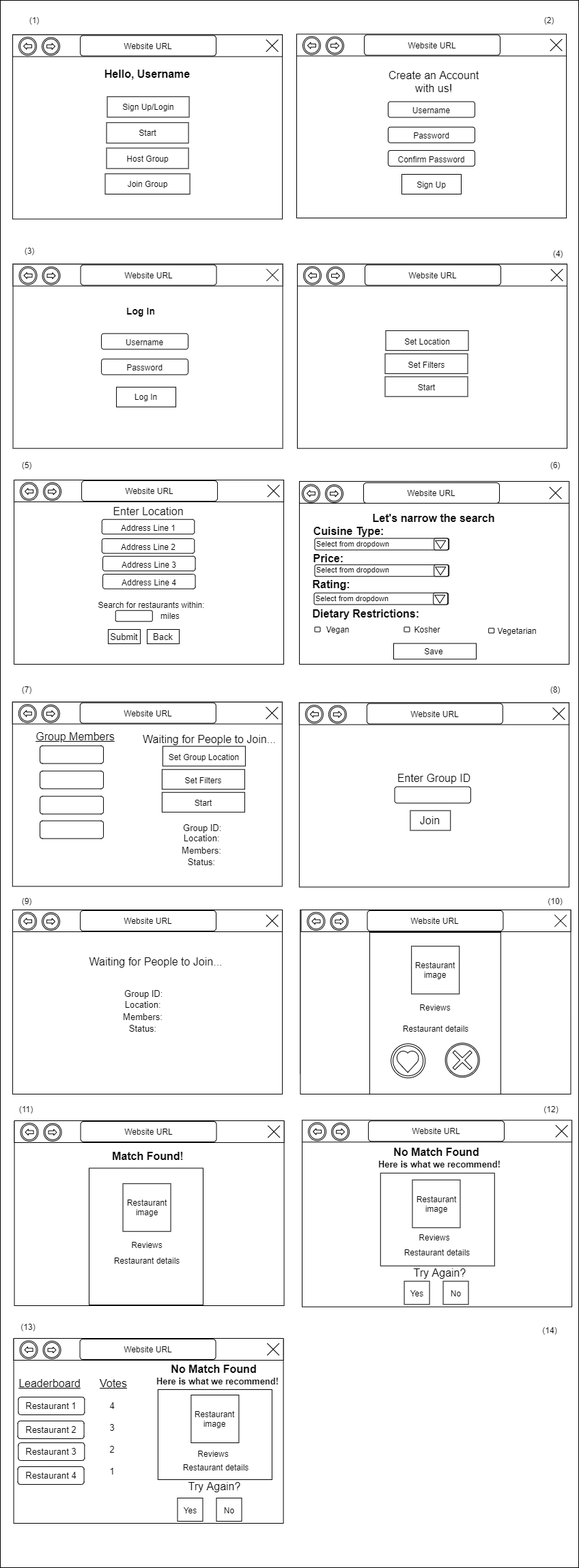
Before: docs/assets/iteration4_wireframe.png, a diagram exported from draw.io (cs421sp21-homework/project-g13). Source tidied: cells renumbered, new cells last; positions are measured from the earlier drawing's top-left corner, leaving out a move shared by most shapes.
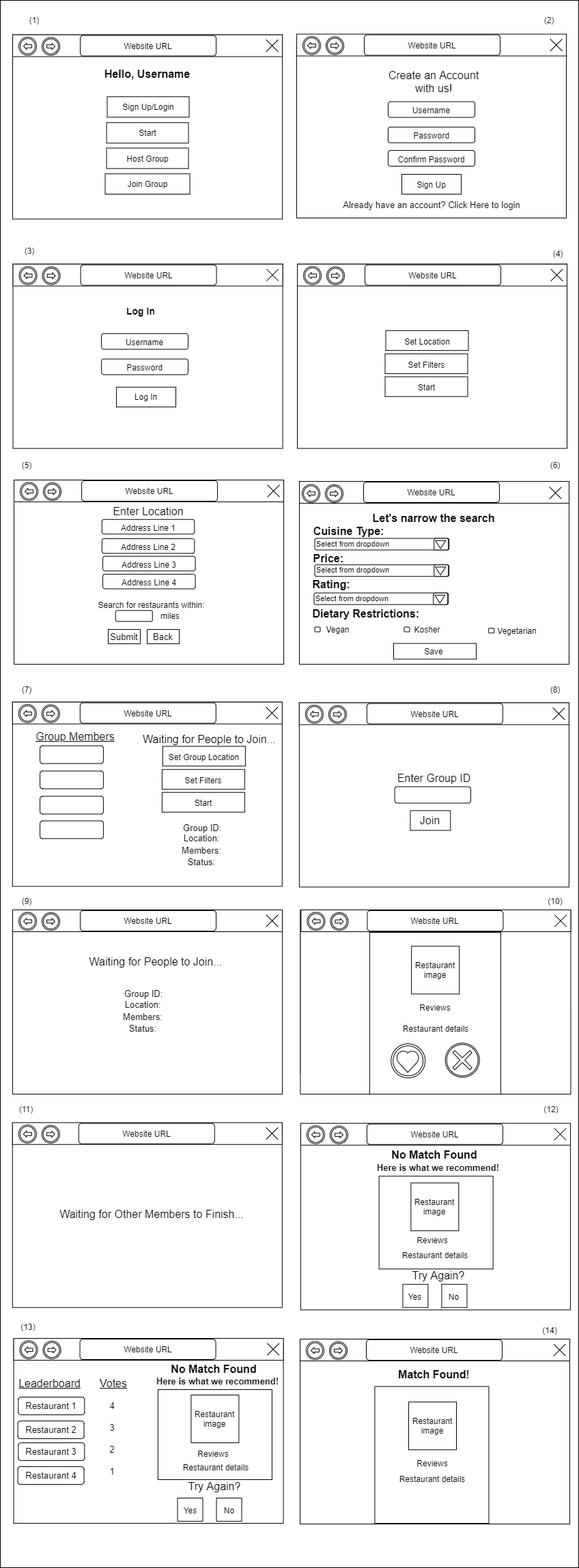
Above is the later version.

Commit message:
added a waiting screen for fast swipers

Change to the diagram source:
```diff
@@ -15,13 +15,13 @@
       <mxGeometry x="439.4" y="1333" width="396" height="270" as="geometry" />
     </mxCell>
     <mxCell id="6" style="rounded=0;whiteSpace=wrap;html=1;" parent="1" vertex="1">
-      <mxGeometry x="148.6" y="1643" width="160" height="240" as="geometry" />
+      <mxGeometry x="567" y="1963" width="160" height="240" as="geometry" />
     </mxCell>
     <mxCell id="7" style="rounded=0;whiteSpace=wrap;html=1;" parent="1" vertex="1">
-      <mxGeometry x="20.6" y="1643" width="395" height="270" as="geometry" />
+      <mxGeometry x="439" y="1963" width="395" height="270" as="geometry" />
     </mxCell>
     <mxCell id="8" value="&lt;font style=&quot;font-size: 16px&quot;&gt;Match Found!&lt;/font&gt;" style="text;html=1;strokeColor=none;fillColor=none;align=center;verticalAlign=middle;whiteSpace=wrap;rounded=0;fontStyle=1;" parent="1" vertex="1">
-      <mxGeometry x="162.4" y="1683.5" width="108.5" height="20" as="geometry" />
+      <mxGeometry x="580.9" y="2003.5" width="108.5" height="20" as="geometry" />
     </mxCell>
     <mxCell id="9" value="(1)" style="text;html=1;strokeColor=none;fillColor=none;align=center;verticalAlign=middle;whiteSpace=wrap;rounded=0;" parent="1" vertex="1">
       <mxGeometry x="30.1" y="19" width="40" height="20" as="geometry" />
@@ -63,19 +63,19 @@
       <mxGeometry x="483.4" y="1337" width="26" height="26" as="geometry" />
     </mxCell>
     <mxCell id="22" style="rounded=0;whiteSpace=wrap;html=1;" parent="1" vertex="1">
-      <mxGeometry x="20.6" y="1642" width="395" height="32" as="geometry" />
+      <mxGeometry x="439" y="1962" width="395" height="32" as="geometry" />
     </mxCell>
     <mxCell id="23" value="Website URL" style="rounded=1;whiteSpace=wrap;html=1;" parent="1" vertex="1">
-      <mxGeometry x="117.6" y="1643" width="199" height="30" as="geometry" />
+      <mxGeometry x="536" y="1963" width="199" height="30" as="geometry" />
     </mxCell>
     <mxCell id="24" style="shape=cross;whiteSpace=wrap;html=1;rotation=45;size=0;" parent="1" vertex="1">
-      <mxGeometry x="388.1" y="1645.5" width="25" height="25" as="geometry" />
+      <mxGeometry x="806.6" y="1965.5" width="25" height="25" as="geometry" />
     </mxCell>
     <mxCell id="25" style="shape=mxgraph.bpmn.shape;html=1;verticalLabelPosition=bottom;labelBackgroundColor=#ffffff;verticalAlign=top;align=center;perimeter=ellipsePerimeter;outline=catching;symbol=link;rotation=-180;" parent="1" vertex="1">
-      <mxGeometry x="29.6" y="1645.5" width="26" height="26.5" as="geometry" />
+      <mxGeometry x="448" y="1965.5" width="26" height="26.5" as="geometry" />
     </mxCell>
     <mxCell id="26" style="shape=mxgraph.bpmn.shape;html=1;verticalLabelPosition=bottom;labelBackgroundColor=#ffffff;verticalAlign=top;align=center;perimeter=ellipsePerimeter;outline=catching;symbol=link;" parent="1" vertex="1">
-      <mxGeometry x="63.6" y="1646" width="26" height="26" as="geometry" />
+      <mxGeometry x="482" y="1966" width="26" height="26" as="geometry" />
     </mxCell>
     <mxCell id="27" style="rounded=0;whiteSpace=wrap;html=1;" parent="1" vertex="1">
       <mxGeometry x="434" y="50.5" width="395" height="268.5" as="geometry" />
@@ -183,37 +183,37 @@
       <mxGeometry x="58.1" y="1202.5" width="93" height="26" as="geometry" />
     </mxCell>
     <mxCell id="62" style="rounded=0;whiteSpace=wrap;html=1;" parent="1" vertex="1">
-      <mxGeometry x="570.1" y="1642.2" width="160" height="240" as="geometry" />
+      <mxGeometry x="567.9" y="1646.8" width="160" height="240" as="geometry" />
     </mxCell>
     <mxCell id="63" style="rounded=0;whiteSpace=wrap;html=1;" parent="1" vertex="1">
-      <mxGeometry x="442.1" y="1642.2" width="395" height="272.5" as="geometry" />
+      <mxGeometry x="439.9" y="1646.8" width="395" height="272.5" as="geometry" />
     </mxCell>
     <mxCell id="64" value="&lt;font style=&quot;font-size: 16px&quot;&gt;No Match Found&lt;/font&gt;" style="text;html=1;strokeColor=none;fillColor=none;align=center;verticalAlign=middle;whiteSpace=wrap;rounded=0;fontStyle=1;" parent="1" vertex="1">
-      <mxGeometry x="574.5" y="1677.8" width="128.1" height="20" as="geometry" />
+      <mxGeometry x="572.4" y="1682.2" width="128.1" height="20" as="geometry" />
     </mxCell>
     <mxCell id="65" style="rounded=0;whiteSpace=wrap;html=1;" parent="1" vertex="1">
-      <mxGeometry x="442.1" y="1641.2" width="395" height="32" as="geometry" />
+      <mxGeometry x="439.9" y="1645.8" width="395" height="32" as="geometry" />
     </mxCell>
     <mxCell id="66" value="Website URL" style="rounded=1;whiteSpace=wrap;html=1;" parent="1" vertex="1">
-      <mxGeometry x="539.1" y="1642.2" width="199" height="30" as="geometry" />
+      <mxGeometry x="536.9" y="1646.8" width="199" height="30" as="geometry" />
     </mxCell>
     <mxCell id="67" style="shape=cross;whiteSpace=wrap;html=1;rotation=45;size=0;" parent="1" vertex="1">
-      <mxGeometry x="809.6" y="1644.8" width="25" height="25" as="geometry" />
+      <mxGeometry x="807.5" y="1649.2" width="25" height="25" as="geometry" />
     </mxCell>
     <mxCell id="68" style="shape=mxgraph.bpmn.shape;html=1;verticalLabelPosition=bottom;labelBackgroundColor=#ffffff;verticalAlign=top;align=center;perimeter=ellipsePerimeter;outline=catching;symbol=link;rotation=-180;" parent="1" vertex="1">
-      <mxGeometry x="451.1" y="1644.8" width="26" height="26.5" as="geometry" />
+      <mxGeometry x="448.9" y="1649.2" width="26" height="26.5" as="geometry" />
     </mxCell>
     <mxCell id="69" style="shape=mxgraph.bpmn.shape;html=1;verticalLabelPosition=bottom;labelBackgroundColor=#ffffff;verticalAlign=top;align=center;perimeter=ellipsePerimeter;outline=catching;symbol=link;" parent="1" vertex="1">
-      <mxGeometry x="485.1" y="1645.2" width="26" height="26" as="geometry" />
+      <mxGeometry x="482.9" y="1649.8" width="26" height="26" as="geometry" />
     </mxCell>
     <mxCell id="70" value="Try Again?" style="text;html=1;strokeColor=none;fillColor=none;align=center;verticalAlign=middle;whiteSpace=wrap;rounded=0;fontSize=16;" parent="1" vertex="1">
-      <mxGeometry x="600.1" y="1854.8" width="88" height="20" as="geometry" />
+      <mxGeometry x="597.9" y="1859.2" width="88" height="20" as="geometry" />
     </mxCell>
     <mxCell id="71" value="&lt;font style=&quot;font-size: 12px&quot;&gt;Yes&lt;/font&gt;" style="rounded=0;whiteSpace=wrap;html=1;fontSize=16;align=center;" parent="1" vertex="1">
-      <mxGeometry x="591.6" y="1877.2" width="37" height="34" as="geometry" />
+      <mxGeometry x="589.4" y="1881.8" width="37" height="34" as="geometry" />
     </mxCell>
     <mxCell id="72" value="&lt;font style=&quot;font-size: 12px&quot;&gt;No&lt;/font&gt;" style="rounded=0;whiteSpace=wrap;html=1;fontSize=16;align=center;" parent="1" vertex="1">
-      <mxGeometry x="648.6" y="1877.2" width="37" height="34" as="geometry" />
+      <mxGeometry x="646.4" y="1881.8" width="37" height="34" as="geometry" />
     </mxCell>
     <mxCell id="73" value="&lt;font style=&quot;font-size: 12px&quot;&gt;Set Group Location&lt;/font&gt;" style="rounded=0;whiteSpace=wrap;html=1;fontSize=16;align=center;" parent="1" vertex="1">
       <mxGeometry x="237.9" y="1093.2" width="121" height="29" as="geometry" />
@@ -279,7 +279,7 @@
       <mxGeometry x="786.6" y="1614.5" width="40" height="20" as="geometry" />
     </mxCell>
     <mxCell id="94" value="Here is what we recommend!" style="text;html=1;strokeColor=none;fillColor=none;align=center;verticalAlign=middle;whiteSpace=wrap;rounded=0;fontSize=13;fontStyle=1;" parent="1" vertex="1">
-      <mxGeometry x="548.4" y="1696.2" width="191.3" height="20" as="geometry" />
+      <mxGeometry x="546.3" y="1700.8" width="191.3" height="20" as="geometry" />
     </mxCell>
     <mxCell id="95" style="rounded=0;whiteSpace=wrap;html=1;" parent="1" vertex="1">
       <mxGeometry x="147.6" y="1962" width="160" height="240" as="geometry" />
@@ -387,7 +387,7 @@
       <mxGeometry x="438" y="705" width="395" height="32" as="geometry" />
     </mxCell>
     <mxCell id="130" value="Website URL" style="rounded=1;whiteSpace=wrap;html=1;" parent="1" vertex="1">
-      <mxGeometry x="532" y="707" width="199" height="30" as="geometry" />
+      <mxGeometry x="532" y="706" width="199" height="30" as="geometry" />
     </mxCell>
     <mxCell id="131" style="shape=cross;whiteSpace=wrap;html=1;rotation=45;size=0;" parent="1" vertex="1">
       <mxGeometry x="800.6" y="709.5" width="25" height="25" as="geometry" />
@@ -546,28 +546,28 @@
       <mxGeometry x="188.5" y="1497" width="40" height="20" as="geometry" />
     </mxCell>
     <mxCell id="183" style="rounded=0;whiteSpace=wrap;html=1;shadow=0;" parent="1" vertex="1">
-      <mxGeometry x="130" y="1711.5" width="167" height="200.5" as="geometry" />
+      <mxGeometry x="548.4" y="2031.5" width="167" height="200.5" as="geometry" />
     </mxCell>
     <mxCell id="184" value="Restaurant image" style="rounded=0;whiteSpace=wrap;html=1;" parent="1" vertex="1">
-      <mxGeometry x="179.6" y="1734.2" width="70" height="70" as="geometry" />
+      <mxGeometry x="598" y="2054.2" width="70" height="70" as="geometry" />
     </mxCell>
     <mxCell id="185" value="&lt;span style=&quot;font-weight: normal&quot;&gt;Reviews&lt;/span&gt;" style="text;html=1;strokeColor=none;fillColor=none;align=center;verticalAlign=middle;whiteSpace=wrap;rounded=0;fontStyle=1;" parent="1" vertex="1">
-      <mxGeometry x="164.6" y="1814.2" width="100" height="20" as="geometry" />
+      <mxGeometry x="583" y="2134.2" width="100" height="20" as="geometry" />
     </mxCell>
     <mxCell id="186" value="Restaurant details" style="text;html=1;strokeColor=none;fillColor=none;align=center;verticalAlign=middle;whiteSpace=wrap;rounded=0;" parent="1" vertex="1">
-      <mxGeometry x="164.6" y="1836.5" width="100" height="20" as="geometry" />
+      <mxGeometry x="583" y="2156.5" width="100" height="20" as="geometry" />
     </mxCell>
     <mxCell id="187" style="rounded=0;whiteSpace=wrap;html=1;shadow=0;" parent="1" vertex="1">
-      <mxGeometry x="556.8" y="1718.8" width="167" height="136" as="geometry" />
+      <mxGeometry x="554.7" y="1723.2" width="167" height="136" as="geometry" />
     </mxCell>
     <mxCell id="188" value="Restaurant image" style="rounded=0;whiteSpace=wrap;html=1;" parent="1" vertex="1">
-      <mxGeometry x="603.5" y="1728.8" width="70" height="70" as="geometry" />
+      <mxGeometry x="601.4" y="1733.2" width="70" height="70" as="geometry" />
     </mxCell>
     <mxCell id="189" value="&lt;span style=&quot;font-weight: normal&quot;&gt;Reviews&lt;/span&gt;" style="text;html=1;strokeColor=none;fillColor=none;align=center;verticalAlign=middle;whiteSpace=wrap;rounded=0;fontStyle=1;" parent="1" vertex="1">
-      <mxGeometry x="585.6" y="1802.5" width="100" height="20" as="geometry" />
+      <mxGeometry x="583.4" y="1807" width="100" height="20" as="geometry" />
     </mxCell>
     <mxCell id="190" value="Restaurant details" style="text;html=1;strokeColor=none;fillColor=none;align=center;verticalAlign=middle;whiteSpace=wrap;rounded=0;" parent="1" vertex="1">
-      <mxGeometry x="589.6" y="1824.8" width="100" height="20" as="geometry" />
+      <mxGeometry x="587.4" y="1829.2" width="100" height="20" as="geometry" />
     </mxCell>
     <mxCell id="191" value="&lt;font style=&quot;font-size: 16px&quot;&gt;No Match Found&lt;/font&gt;" style="text;html=1;strokeColor=none;fillColor=none;align=center;verticalAlign=middle;whiteSpace=wrap;rounded=0;fontStyle=1;" parent="1" vertex="1">
       <mxGeometry x="248.6" y="1995.5" width="128.1" height="20" as="geometry" />
@@ -629,5 +629,32 @@
     <mxCell id="210" value="Status:" style="text;html=1;strokeColor=none;fillColor=none;align=center;verticalAlign=middle;whiteSpace=wrap;rounded=0;fontSize=13;" parent="1" vertex="1">
       <mxGeometry x="274.5" y="1253.2" width="40" height="20" as="geometry" />
     </mxCell>
+    <mxCell id="211" value="Already have an account? Click Here to login" style="text;html=1;strokeColor=none;fillColor=none;align=center;verticalAlign=middle;whiteSpace=wrap;rounded=0;fontSize=13;" parent="1" vertex="1">
+      <mxGeometry x="496.5" y="290" width="269.9" height="20" as="geometry" />
+    </mxCell>
+    <mxCell id="212" style="rounded=0;whiteSpace=wrap;html=1;" parent="1" vertex="1">
+      <mxGeometry x="145.8" y="1645.8" width="160" height="240" as="geometry" />
+    </mxCell>
+    <mxCell id="213" style="rounded=0;whiteSpace=wrap;html=1;" parent="1" vertex="1">
+      <mxGeometry x="17.8" y="1645.8" width="395" height="270" as="geometry" />
+    </mxCell>
+    <mxCell id="214" style="rounded=0;whiteSpace=wrap;html=1;" parent="1" vertex="1">
+      <mxGeometry x="17.8" y="1644.8" width="395" height="32" as="geometry" />
+    </mxCell>
+    <mxCell id="215" value="Website URL" style="rounded=1;whiteSpace=wrap;html=1;" parent="1" vertex="1">
+      <mxGeometry x="114.8" y="1645.8" width="199" height="30" as="geometry" />
+    </mxCell>
+    <mxCell id="216" style="shape=cross;whiteSpace=wrap;html=1;rotation=45;size=0;" parent="1" vertex="1">
+      <mxGeometry x="385.3" y="1648.2" width="25" height="25" as="geometry" />
+    </mxCell>
+    <mxCell id="217" style="shape=mxgraph.bpmn.shape;html=1;verticalLabelPosition=bottom;labelBackgroundColor=#ffffff;verticalAlign=top;align=center;perimeter=ellipsePerimeter;outline=catching;symbol=link;rotation=-180;" parent="1" vertex="1">
+      <mxGeometry x="26.8" y="1648.2" width="26" height="26.5" as="geometry" />
+    </mxCell>
+    <mxCell id="218" style="shape=mxgraph.bpmn.shape;html=1;verticalLabelPosition=bottom;labelBackgroundColor=#ffffff;verticalAlign=top;align=center;perimeter=ellipsePerimeter;outline=catching;symbol=link;" parent="1" vertex="1">
+      <mxGeometry x="60.8" y="1648.8" width="26" height="26" as="geometry" />
+    </mxCell>
+    <mxCell id="219" value="&lt;font style=&quot;font-size: 16px&quot;&gt;Waiting for Other Members to Finish...&lt;/font&gt;" style="text;html=1;strokeColor=none;fillColor=none;align=center;verticalAlign=middle;whiteSpace=wrap;rounded=0;fontSize=13;" parent="1" vertex="1">
+      <mxGeometry x="81" y="1768.8" width="282" height="20" as="geometry" />
+    </mxCell>
   </root>
 </mxGraphModel>
```
